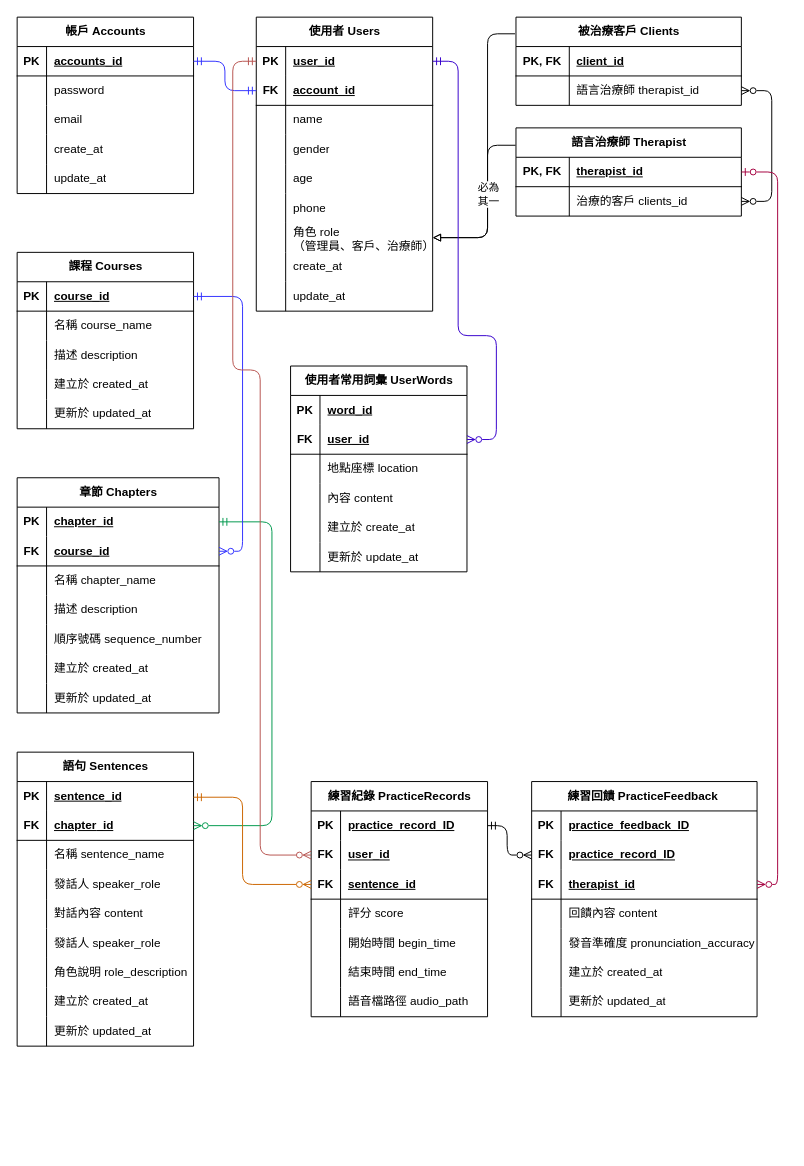
The draw.io diagram docs/ERD.drawio in VocalBorn/backend, before the edit. Source tidied: cells renumbered, new cells numbered last; positions are measured from the earlier drawing's top-left corner, leaving out a move shared by most shapes. Both pictures are drawn from the tidied source at 98%, with x=0, y=0 at pixel (17, 17).
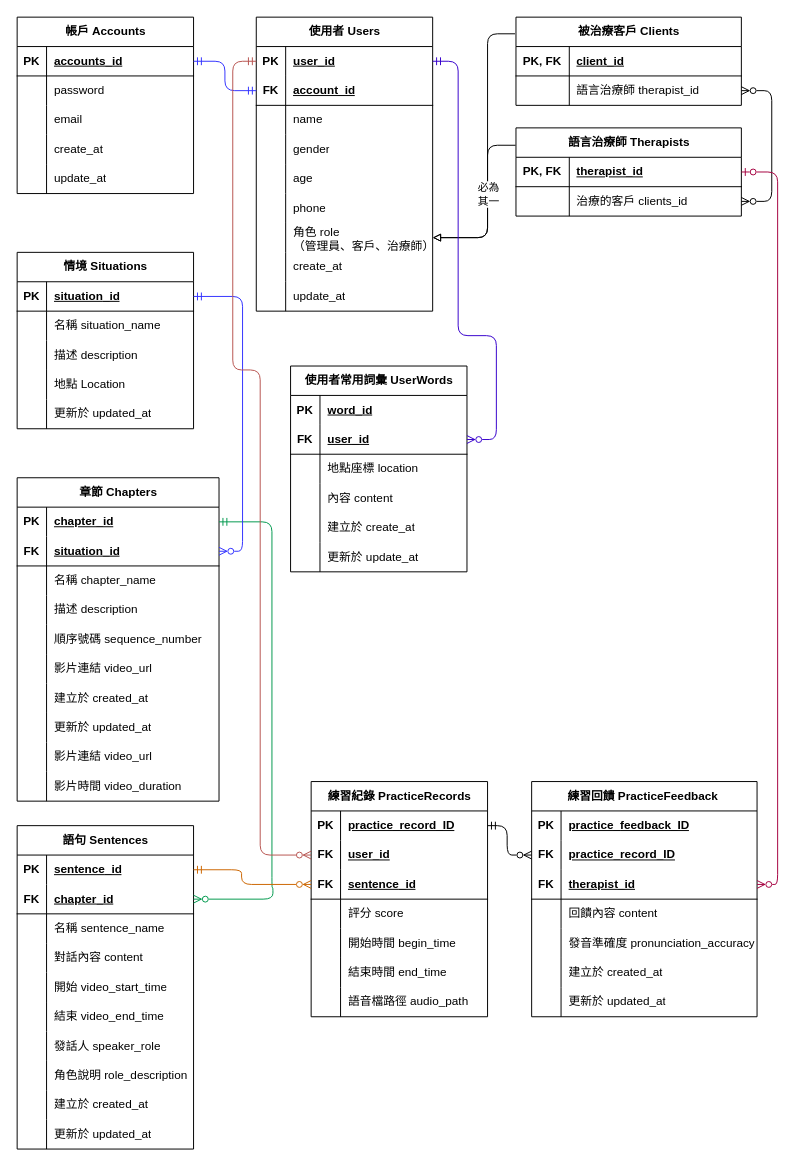
The same page after the edit.

Commit message:
docs: 更新ERD圖，調整課程及情境相關欄位名稱，新增影片連結及時間欄位

Unchanged cells that the change refers to:
```xml
<mxCell id="54" style="shape=tableRow;horizontal=0;startSize=0;swimlaneHead=0;swimlaneBody=0;fillColor=none;points=[[0,0.5],[1,0.5]];portConstraint=eastwest;top=0;left=0;right=0;bottom=1;" parent="47" vertex="1">
  <mxGeometry y="90" width="180" height="30" as="geometry" />
</mxCell>
<mxCell id="93" style="shape=tableRow;horizontal=0;startSize=0;swimlaneHead=0;swimlaneBody=0;fillColor=none;points=[[0,0.5],[1,0.5]];portConstraint=eastwest;top=0;left=0;right=0;bottom=1;" parent="92" vertex="1">
  <mxGeometry y="30" width="180" height="30" as="geometry" />
</mxCell>
<mxCell id="96" style="shape=tableRow;horizontal=0;startSize=0;swimlaneHead=0;swimlaneBody=0;fillColor=none;top=0;left=0;right=0;bottom=0;" parent="92" vertex="1">
  <mxGeometry y="60" width="180" height="30" as="geometry" />
</mxCell>
<mxCell id="102" style="shape=tableRow;horizontal=0;startSize=0;swimlaneHead=0;swimlaneBody=0;fillColor=none;top=0;left=0;right=0;bottom=0;" parent="92" vertex="1">
  <mxGeometry y="120" width="180" height="30" as="geometry" />
</mxCell>
<mxCell id="109" style="shape=tableRow;horizontal=0;startSize=0;swimlaneHead=0;swimlaneBody=0;fillColor=none;points=[[0,0.5],[1,0.5]];portConstraint=eastwest;top=0;left=0;right=0;bottom=0;" parent="108" vertex="1">
  <mxGeometry y="30" width="206" height="30" as="geometry" />
</mxCell>
<mxCell id="112" style="shape=tableRow;horizontal=0;startSize=0;swimlaneHead=0;swimlaneBody=0;fillColor=none;points=[[0,0.5],[1,0.5]];portConstraint=eastwest;top=0;left=0;right=0;bottom=1;" parent="108" vertex="1">
  <mxGeometry y="60" width="206" height="30" as="geometry" />
</mxCell>
<mxCell id="131" style="shape=tableRow;horizontal=0;startSize=0;swimlaneHead=0;swimlaneBody=0;fillColor=none;points=[[0,0.5],[1,0.5]];portConstraint=eastwest;top=0;left=0;right=0;bottom=0;" parent="130" vertex="1">
  <mxGeometry y="30" width="180" height="30" as="geometry" />
</mxCell>
<mxCell id="134" style="shape=tableRow;horizontal=0;startSize=0;swimlaneHead=0;swimlaneBody=0;fillColor=none;points=[[0,0.5],[1,0.5]];portConstraint=eastwest;top=0;left=0;right=0;bottom=1;" parent="130" vertex="1">
  <mxGeometry y="60" width="180" height="30" as="geometry" />
</mxCell>
```

What changed in the source:
```diff
@@
-    <mxCell id="92" value="課程 Courses" style="shape=table;startSize=30;childLayout=tableLayout;rowLines=0;fontStyle=1;align=center;html=1;" parent="1" vertex="1">
+    <mxCell id="92" value="情境 Situations" style="shape=table;startSize=30;childLayout=tableLayout;rowLines=0;fontStyle=1;align=center;html=1;" parent="1" vertex="1">
       <mxGeometry y="240" width="180" height="180" as="geometry" />
     </mxCell>
@@
-    <mxCell id="95" value="course_id" style="shape=partialRectangle;fillColor=none;top=0;left=0;bottom=0;right=0;align=left;spacingLeft=6;fontStyle=5;overflow=hidden;whiteSpace=wrap;html=1;" parent="93" vertex="1">
+    <mxCell id="95" value="&lt;span style=&quot;color: rgb(0, 0, 0); text-align: center; text-wrap-mode: nowrap;&quot;&gt;situation&lt;/span&gt;_id" style="shape=partialRectangle;fillColor=none;top=0;left=0;bottom=0;right=0;align=left;spacingLeft=6;fontStyle=5;overflow=hidden;whiteSpace=wrap;html=1;" parent="93" vertex="1">
       <mxGeometry x="30" width="150" height="30" as="geometry" />
     </mxCell>
@@
-    <mxCell id="98" value="名稱 course_name" style="shape=partialRectangle;fillColor=none;top=0;left=0;bottom=0;right=0;align=left;spacingLeft=6;overflow=hidden;whiteSpace=wrap;html=1;" parent="96" vertex="1">
+    <mxCell id="98" value="名稱 situation_name" style="shape=partialRectangle;fillColor=none;top=0;left=0;bottom=0;right=0;align=left;spacingLeft=6;overflow=hidden;whiteSpace=wrap;html=1;" parent="96" vertex="1">
       <mxGeometry x="30" width="150" height="30" as="geometry" />
     </mxCell>
@@
-    <mxCell id="104" value="建立於 created_at" style="shape=partialRectangle;fillColor=none;top=0;left=0;bottom=0;right=0;align=left;spacingLeft=6;overflow=hidden;whiteSpace=wrap;html=1;" parent="102" vertex="1">
+    <mxCell id="104" value="地點 Location" style="shape=partialRectangle;fillColor=none;top=0;left=0;bottom=0;right=0;align=left;spacingLeft=6;overflow=hidden;whiteSpace=wrap;html=1;" parent="102" vertex="1">
       <mxGeometry x="30" width="150" height="30" as="geometry" />
     </mxCell>
@@
     <mxCell id="108" value="章節 Chapters" style="shape=table;startSize=30;childLayout=tableLayout;rowLines=0;fontStyle=1;align=center;html=1;" parent="1" vertex="1">
-      <mxGeometry y="470" width="206" height="240" as="geometry" />
+      <mxGeometry y="470" width="206" height="330" as="geometry" />
     </mxCell>
@@
-    <mxCell id="114" value="&lt;span style=&quot;color: rgb(0, 0, 0);&quot;&gt;course_id&lt;/span&gt;" style="shape=partialRectangle;fillColor=none;top=0;left=0;bottom=0;right=0;align=left;spacingLeft=6;fontStyle=5;overflow=hidden;whiteSpace=wrap;html=1;" parent="112" vertex="1">
+    <mxCell id="114" value="&lt;span style=&quot;color: rgb(0, 0, 0);&quot;&gt;situation_id&lt;/span&gt;" style="shape=partialRectangle;fillColor=none;top=0;left=0;bottom=0;right=0;align=left;spacingLeft=6;fontStyle=5;overflow=hidden;whiteSpace=wrap;html=1;" parent="112" vertex="1">
       <mxGeometry x="30" width="176" height="30" as="geometry" />
     </mxCell>
@@
+    <mxCell id="203" style="shape=tableRow;horizontal=0;startSize=0;swimlaneHead=0;swimlaneBody=0;fillColor=none;top=0;left=0;right=0;bottom=0;" parent="108" vertex="1">
+      <mxGeometry y="180" width="206" height="30" as="geometry" />
+    </mxCell>
+    <mxCell id="204" style="shape=partialRectangle;fillColor=none;top=0;left=0;bottom=0;right=0;overflow=hidden;whiteSpace=wrap;html=1;" parent="203" vertex="1">
+      <mxGeometry width="30" height="30" as="geometry" />
+    </mxCell>
+    <mxCell id="205" value="影片連結 video_url" style="shape=partialRectangle;fillColor=none;top=0;left=0;bottom=0;right=0;align=left;spacingLeft=6;overflow=hidden;whiteSpace=wrap;html=1;" parent="203" vertex="1">
+      <mxGeometry x="30" width="176" height="30" as="geometry" />
+    </mxCell>
     <mxCell id="124" style="shape=tableRow;horizontal=0;startSize=0;swimlaneHead=0;swimlaneBody=0;fillColor=none;top=0;left=0;right=0;bottom=0;" parent="108" vertex="1">
-      <mxGeometry y="180" width="206" height="30" as="geometry" />
+      <mxGeometry y="210" width="206" height="30" as="geometry" />
     </mxCell>
@@
     <mxCell id="127" style="shape=tableRow;horizontal=0;startSize=0;swimlaneHead=0;swimlaneBody=0;fillColor=none;top=0;left=0;right=0;bottom=0;" parent="108" vertex="1">
-      <mxGeometry y="210" width="206" height="30" as="geometry" />
+      <mxGeometry y="240" width="206" height="30" as="geometry" />
     </mxCell>
@@
+    <mxCell id="206" style="shape=tableRow;horizontal=0;startSize=0;swimlaneHead=0;swimlaneBody=0;fillColor=none;top=0;left=0;right=0;bottom=0;" parent="108" vertex="1">
+      <mxGeometry y="270" width="206" height="30" as="geometry" />
+    </mxCell>
+    <mxCell id="207" style="shape=partialRectangle;fillColor=none;top=0;left=0;bottom=0;right=0;overflow=hidden;whiteSpace=wrap;html=1;" parent="206" vertex="1">
+      <mxGeometry width="30" height="30" as="geometry" />
+    </mxCell>
+    <mxCell id="208" value="影片連結 video_url" style="shape=partialRectangle;fillColor=none;top=0;left=0;bottom=0;right=0;align=left;spacingLeft=6;overflow=hidden;whiteSpace=wrap;html=1;" parent="206" vertex="1">
+      <mxGeometry x="30" width="176" height="30" as="geometry" />
+    </mxCell>
+    <mxCell id="209" style="shape=tableRow;horizontal=0;startSize=0;swimlaneHead=0;swimlaneBody=0;fillColor=none;top=0;left=0;right=0;bottom=0;" parent="108" vertex="1">
+      <mxGeometry y="300" width="206" height="30" as="geometry" />
+    </mxCell>
+    <mxCell id="210" style="shape=partialRectangle;fillColor=none;top=0;left=0;bottom=0;right=0;overflow=hidden;whiteSpace=wrap;html=1;" parent="209" vertex="1">
+      <mxGeometry width="30" height="30" as="geometry" />
+    </mxCell>
+    <mxCell id="211" value="影片時間 video_duration" style="shape=partialRectangle;fillColor=none;top=0;left=0;bottom=0;right=0;align=left;spacingLeft=6;overflow=hidden;whiteSpace=wrap;html=1;" parent="209" vertex="1">
+      <mxGeometry x="30" width="176" height="30" as="geometry" />
+    </mxCell>
     <mxCell id="130" value="語句 Sentences" style="shape=table;startSize=30;childLayout=tableLayout;rowLines=0;fontStyle=1;align=center;html=1;" parent="1" vertex="1">
-      <mxGeometry y="750" width="180" height="300" as="geometry" />
+      <mxGeometry y="825" width="180" height="330" as="geometry" />
     </mxCell>
@@
-    <mxCell id="140" style="shape=tableRow;horizontal=0;startSize=0;swimlaneHead=0;swimlaneBody=0;fillColor=none;top=0;left=0;right=0;bottom=0;" parent="130" vertex="1">
-      <mxGeometry y="120" width="180" height="30" as="geometry" />
-    </mxCell>
-    <mxCell id="141" style="shape=partialRectangle;fillColor=none;top=0;left=0;bottom=0;right=0;overflow=hidden;whiteSpace=wrap;html=1;" parent="140" vertex="1">
-      <mxGeometry width="30" height="30" as="geometry" />
-    </mxCell>
-    <mxCell id="142" value="&lt;span style=&quot;color: rgb(0, 0, 0);&quot;&gt;發話人&amp;nbsp;&lt;/span&gt;speaker_role" style="shape=partialRectangle;fillColor=none;top=0;left=0;bottom=0;right=0;align=left;spacingLeft=6;overflow=hidden;whiteSpace=wrap;html=1;" parent="140" vertex="1">
-      <mxGeometry x="30" width="150" height="30" as="geometry" />
-    </mxCell>
     <mxCell id="143" style="shape=tableRow;horizontal=0;startSize=0;swimlaneHead=0;swimlaneBody=0;fillColor=none;top=0;left=0;right=0;bottom=0;" parent="130" vertex="1">
-      <mxGeometry y="150" width="180" height="30" as="geometry" />
+      <mxGeometry y="120" width="180" height="30" as="geometry" />
     </mxCell>
@@
+    <mxCell id="212" style="shape=tableRow;horizontal=0;startSize=0;swimlaneHead=0;swimlaneBody=0;fillColor=none;top=0;left=0;right=0;bottom=0;" parent="130" vertex="1">
+      <mxGeometry y="150" width="180" height="30" as="geometry" />
+    </mxCell>
+    <mxCell id="213" style="shape=partialRectangle;fillColor=none;top=0;left=0;bottom=0;right=0;overflow=hidden;whiteSpace=wrap;html=1;" parent="212" vertex="1">
+      <mxGeometry width="30" height="30" as="geometry" />
+    </mxCell>
+    <mxCell id="214" value="開始 video_start_time" style="shape=partialRectangle;fillColor=none;top=0;left=0;bottom=0;right=0;align=left;spacingLeft=6;overflow=hidden;whiteSpace=wrap;html=1;" parent="212" vertex="1">
+      <mxGeometry x="30" width="150" height="30" as="geometry" />
+    </mxCell>
+    <mxCell id="215" style="shape=tableRow;horizontal=0;startSize=0;swimlaneHead=0;swimlaneBody=0;fillColor=none;top=0;left=0;right=0;bottom=0;" parent="130" vertex="1">
+      <mxGeometry y="180" width="180" height="30" as="geometry" />
+    </mxCell>
+    <mxCell id="216" style="shape=partialRectangle;fillColor=none;top=0;left=0;bottom=0;right=0;overflow=hidden;whiteSpace=wrap;html=1;" parent="215" vertex="1">
+      <mxGeometry width="30" height="30" as="geometry" />
+    </mxCell>
+    <mxCell id="217" value="結束 video_end_time" style="shape=partialRectangle;fillColor=none;top=0;left=0;bottom=0;right=0;align=left;spacingLeft=6;overflow=hidden;whiteSpace=wrap;html=1;" parent="215" vertex="1">
+      <mxGeometry x="30" width="150" height="30" as="geometry" />
+    </mxCell>
     <mxCell id="146" style="shape=tableRow;horizontal=0;startSize=0;swimlaneHead=0;swimlaneBody=0;fillColor=none;top=0;left=0;right=0;bottom=0;" parent="130" vertex="1">
-      <mxGeometry y="180" width="180" height="30" as="geometry" />
+      <mxGeometry y="210" width="180" height="30" as="geometry" />
     </mxCell>
@@
     <mxCell id="149" style="shape=tableRow;horizontal=0;startSize=0;swimlaneHead=0;swimlaneBody=0;fillColor=none;top=0;left=0;right=0;bottom=0;" parent="130" vertex="1">
-      <mxGeometry y="210" width="180" height="30" as="geometry" />
+      <mxGeometry y="240" width="180" height="30" as="geometry" />
     </mxCell>
@@
     <mxCell id="152" style="shape=tableRow;horizontal=0;startSize=0;swimlaneHead=0;swimlaneBody=0;fillColor=none;top=0;left=0;right=0;bottom=0;" parent="130" vertex="1">
-      <mxGeometry y="240" width="180" height="30" as="geometry" />
+      <mxGeometry y="270" width="180" height="30" as="geometry" />
     </mxCell>
@@
     <mxCell id="155" style="shape=tableRow;horizontal=0;startSize=0;swimlaneHead=0;swimlaneBody=0;fillColor=none;top=0;left=0;right=0;bottom=0;" parent="130" vertex="1">
-      <mxGeometry y="270" width="180" height="30" as="geometry" />
+      <mxGeometry y="300" width="180" height="30" as="geometry" />
     </mxCell>
@@
     <mxCell id="158" style="edgeStyle=orthogonalEdgeStyle;html=1;exitX=1;exitY=0.5;exitDx=0;exitDy=0;entryX=1;entryY=0.5;entryDx=0;entryDy=0;startArrow=ERzeroToMany;startFill=0;endArrow=ERmandOne;endFill=0;strokeColor=#00994D;" parent="1" edge="1" source="134" target="109">
       <mxGeometry relative="1" as="geometry">
         <Array as="points">
-          <mxPoint x="260" y="825" />
+          <mxPoint x="261" y="900" />
+          <mxPoint x="261" y="888" />
+          <mxPoint x="260" y="888" />
           <mxPoint x="260" y="515" />
         </Array>
       </mxGeometry>
     </mxCell>
@@
-    <mxCell id="161" style="edgeStyle=orthogonalEdgeStyle;html=1;strokeColor=#CC6600;startArrow=ERzeroToMany;startFill=0;endArrow=ERmandOne;endFill=0;exitX=0;exitY=0.5;exitDx=0;exitDy=0;" parent="1" edge="1" source="54">
+    <mxCell id="161" style="edgeStyle=orthogonalEdgeStyle;html=1;strokeColor=#CC6600;startArrow=ERzeroToMany;startFill=0;endArrow=ERmandOne;endFill=0;exitX=0;exitY=0.5;exitDx=0;exitDy=0;entryX=1;entryY=0.5;entryDx=0;entryDy=0;" parent="1" edge="1" source="54" target="131">
       <mxGeometry relative="1" as="geometry">
-        <mxPoint x="180" y="796" as="targetPoint" />
         <Array as="points">
-          <mxPoint x="230" y="885" />
-          <mxPoint x="230" y="796" />
+          <mxPoint x="229" y="885" />
+          <mxPoint x="229" y="870" />
         </Array>
       </mxGeometry>
     </mxCell>
@@
-    <mxCell id="191" value="語言治療師 Therapist" style="shape=table;startSize=30;childLayout=tableLayout;rowLines=0;fontStyle=1;align=center;html=1;" parent="1" vertex="1">
+    <mxCell id="191" value="語言治療師 Therapists" style="shape=table;startSize=30;childLayout=tableLayout;rowLines=0;fontStyle=1;align=center;html=1;" parent="1" vertex="1">
       <mxGeometry x="509" y="113" width="230" height="90" as="geometry" />
     </mxCell>
```
